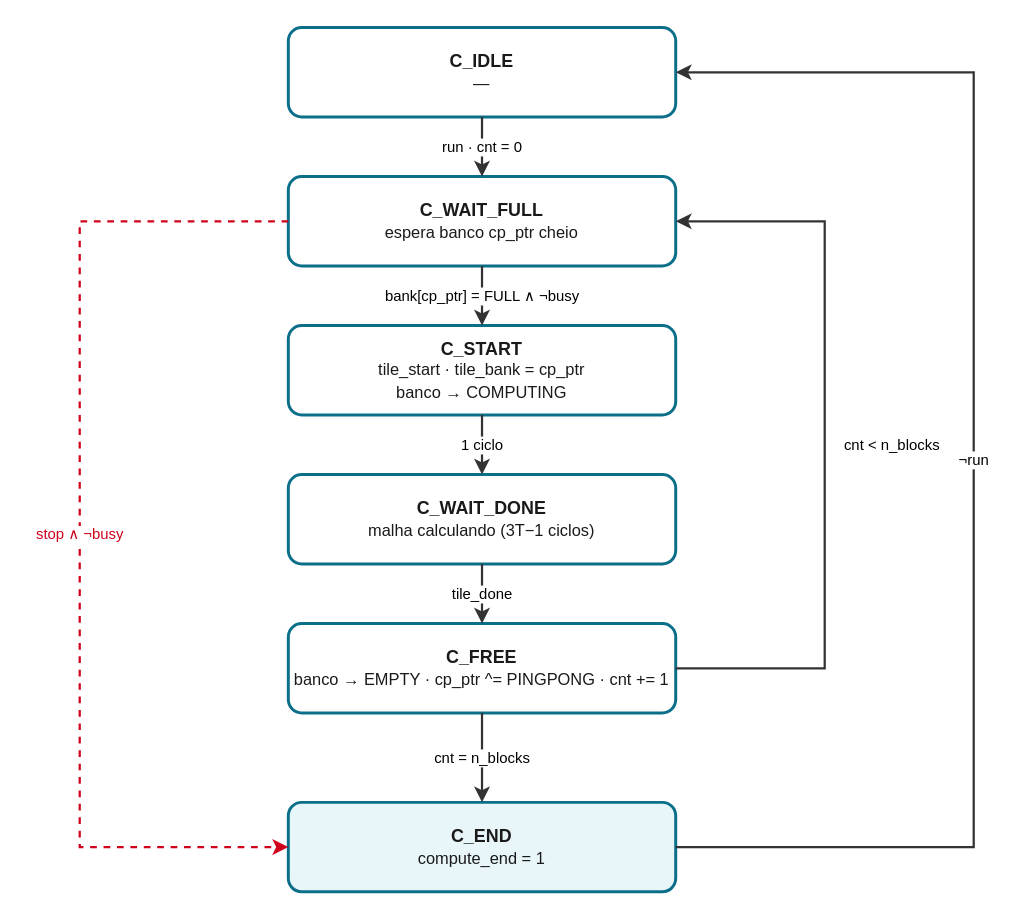
This is docs/img/dma_compute_fsm.drawio from jairsdev/rv32-dma, a draw.io file, before an edit. Source tidied: cells renumbered, new cells numbered last; positions are measured from the earlier drawing's top-left corner, leaving out a move shared by most shapes. Both pictures are drawn from the tidied source at 149%, with x=0, y=0 at pixel (79, 27).
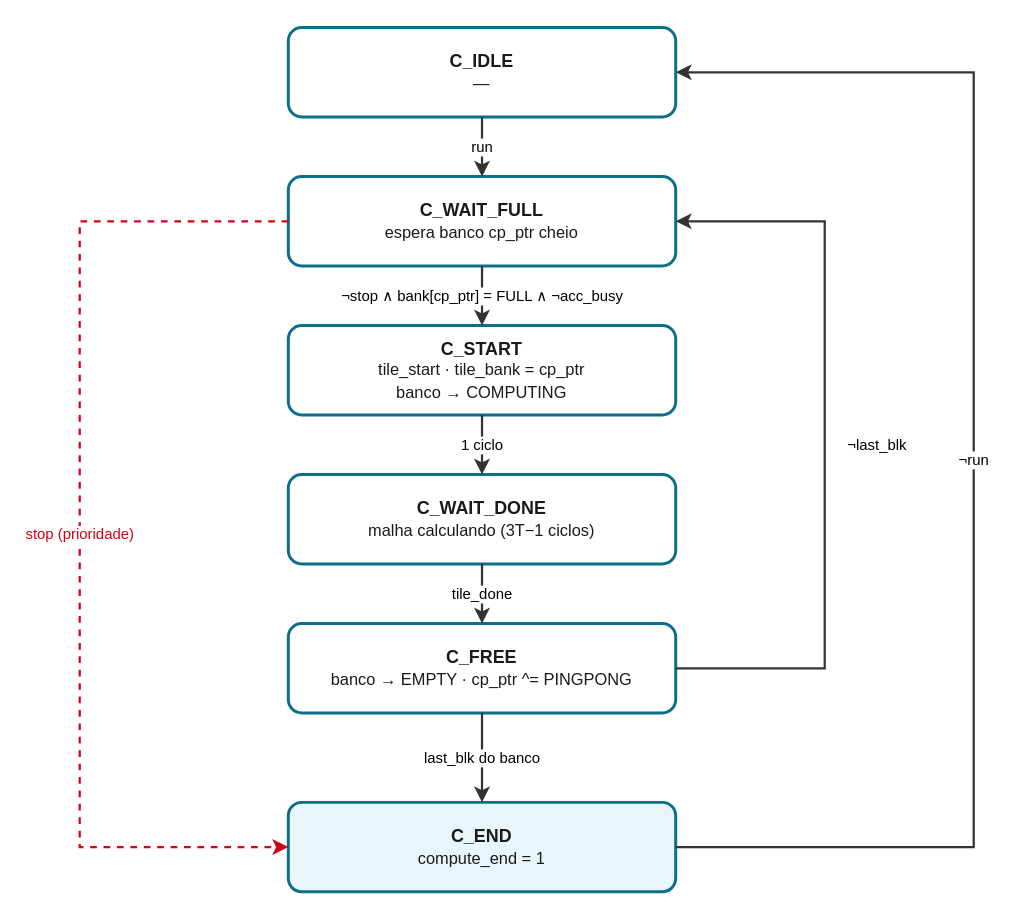
After the change.

The change refers to these unchanged cells:
```xml
<mxCell id="2" value="C_IDLE&lt;br&gt;&lt;span style='font-weight:normal;font-size:11px'&gt;—&lt;/span&gt;" style="whiteSpace=wrap;html=1;fontSize=12;fontStyle=1;rounded=1;fillColor=#FFFFFF;strokeColor=#0B6F8A;strokeWidth=2;fontColor=#1A1A1A;" parent="1" vertex="1">
  <mxGeometry x="140" width="260" height="60" as="geometry" />
</mxCell>
<mxCell id="3" value="C_WAIT_FULL&lt;br&gt;&lt;span style='font-weight:normal;font-size:11px'&gt;espera banco cp_ptr cheio&lt;/span&gt;" style="whiteSpace=wrap;html=1;fontSize=12;fontStyle=1;rounded=1;fillColor=#FFFFFF;strokeColor=#0B6F8A;strokeWidth=2;fontColor=#1A1A1A;" parent="1" vertex="1">
  <mxGeometry x="140" y="100" width="260" height="60" as="geometry" />
</mxCell>
<mxCell id="4" value="C_START&lt;br&gt;&lt;span style='font-weight:normal;font-size:11px'&gt;tile_start · tile_bank = cp_ptr&lt;br&gt;banco → COMPUTING&lt;/span&gt;" style="whiteSpace=wrap;html=1;fontSize=12;fontStyle=1;rounded=1;fillColor=#FFFFFF;strokeColor=#0B6F8A;strokeWidth=2;fontColor=#1A1A1A;" parent="1" vertex="1">
  <mxGeometry x="140" y="200" width="260" height="60" as="geometry" />
</mxCell>
<mxCell id="7" value="C_END&lt;br&gt;&lt;span style='font-weight:normal;font-size:11px'&gt;compute_end = 1&lt;/span&gt;" style="whiteSpace=wrap;html=1;fontSize=12;fontStyle=1;rounded=1;fillColor=#E8F6FA;strokeColor=#0B6F8A;strokeWidth=2;fontColor=#1A1A1A;" parent="1" vertex="1">
  <mxGeometry x="140" y="520" width="260" height="60" as="geometry" />
</mxCell>
```

Diff of the diagram source:
```diff
@@
-    <mxCell id="6" value="C_FREE&lt;br&gt;&lt;span style='font-weight:normal;font-size:11px'&gt;banco → EMPTY · cp_ptr ^= PINGPONG · cnt += 1&lt;/span&gt;" style="whiteSpace=wrap;html=1;fontSize=12;fontStyle=1;rounded=1;fillColor=#FFFFFF;strokeColor=#0B6F8A;strokeWidth=2;fontColor=#1A1A1A;" parent="1" vertex="1">
+    <mxCell id="6" value="C_FREE&lt;br&gt;&lt;span style='font-weight:normal;font-size:11px'&gt;banco → EMPTY · cp_ptr ^= PINGPONG&lt;/span&gt;" style="whiteSpace=wrap;html=1;fontSize=12;fontStyle=1;rounded=1;fillColor=#FFFFFF;strokeColor=#0B6F8A;strokeWidth=2;fontColor=#1A1A1A;" parent="1" vertex="1">
       <mxGeometry x="140" y="400" width="260" height="60" as="geometry" />
     </mxCell>
@@
-    <mxCell id="8" value="run · cnt = 0" style="edgeStyle=orthogonalEdgeStyle;rounded=0;html=1;fontSize=10;labelBackgroundColor=#FFFFFF;startArrow=classic;startFill=1;endArrow=classic;endFill=1;strokeWidth=2;strokeColor=#333333;strokeWidth=1.5;startArrow=none;strokeColor=#333333;exitX=0.5000;exitY=1.0000;exitDx=0;exitDy=0;entryX=0.5000;entryY=0.0000;entryDx=0;entryDy=0;" parent="1" edge="1" source="2" target="3">
+    <mxCell id="8" value="run" style="edgeStyle=orthogonalEdgeStyle;rounded=0;html=1;fontSize=10;labelBackgroundColor=#FFFFFF;startArrow=classic;startFill=1;endArrow=classic;endFill=1;strokeWidth=2;strokeColor=#333333;strokeWidth=1.5;startArrow=none;strokeColor=#333333;exitX=0.5000;exitY=1.0000;exitDx=0;exitDy=0;entryX=0.5000;entryY=0.0000;entryDx=0;entryDy=0;" parent="1" edge="1" source="2" target="3">
       <mxGeometry relative="1" as="geometry" />
     </mxCell>
-    <mxCell id="9" value="bank[cp_ptr] = FULL ∧ ¬busy" style="edgeStyle=orthogonalEdgeStyle;rounded=0;html=1;fontSize=10;labelBackgroundColor=#FFFFFF;startArrow=classic;startFill=1;endArrow=classic;endFill=1;strokeWidth=2;strokeColor=#333333;strokeWidth=1.5;startArrow=none;strokeColor=#333333;exitX=0.5000;exitY=1.0000;exitDx=0;exitDy=0;entryX=0.5000;entryY=0.0000;entryDx=0;entryDy=0;" parent="1" edge="1" source="3" target="4">
+    <mxCell id="9" value="¬stop ∧ bank[cp_ptr] = FULL ∧ ¬acc_busy" style="edgeStyle=orthogonalEdgeStyle;rounded=0;html=1;fontSize=10;labelBackgroundColor=#FFFFFF;startArrow=classic;startFill=1;endArrow=classic;endFill=1;strokeWidth=2;strokeColor=#333333;strokeWidth=1.5;startArrow=none;strokeColor=#333333;exitX=0.5000;exitY=1.0000;exitDx=0;exitDy=0;entryX=0.5000;entryY=0.0000;entryDx=0;entryDy=0;" parent="1" edge="1" source="3" target="4">
       <mxGeometry relative="1" as="geometry" />
     </mxCell>
@@
-    <mxCell id="12" value="cnt &amp;lt; n_blocks" style="edgeStyle=orthogonalEdgeStyle;rounded=0;html=1;fontSize=10;labelBackgroundColor=#FFFFFF;startArrow=classic;startFill=1;endArrow=classic;endFill=1;strokeWidth=2;strokeColor=#333333;strokeWidth=1.5;startArrow=none;strokeColor=#333333;exitX=1.0000;exitY=0.5000;exitDx=0;exitDy=0;entryX=1.0000;entryY=0.5000;entryDx=0;entryDy=0;" parent="1" edge="1" source="6" target="3">
+    <mxCell id="12" value="¬last_blk" style="edgeStyle=orthogonalEdgeStyle;rounded=0;html=1;fontSize=10;labelBackgroundColor=#FFFFFF;startArrow=classic;startFill=1;endArrow=classic;endFill=1;strokeWidth=2;strokeColor=#333333;strokeWidth=1.5;startArrow=none;strokeColor=#333333;exitX=1.0000;exitY=0.5000;exitDx=0;exitDy=0;entryX=1.0000;entryY=0.5000;entryDx=0;entryDy=0;" parent="1" edge="1" source="6" target="3">
       <mxGeometry relative="1" as="geometry">
         <Array as="points">
           <mxPoint x="500" y="430" />
           <mxPoint x="500" y="130" />
         </Array>
-        <mxPoint x="45" as="offset" />
+        <mxPoint x="35" as="offset" />
       </mxGeometry>
     </mxCell>
-    <mxCell id="13" value="cnt = n_blocks" style="edgeStyle=orthogonalEdgeStyle;rounded=0;html=1;fontSize=10;labelBackgroundColor=#FFFFFF;startArrow=classic;startFill=1;endArrow=classic;endFill=1;strokeWidth=2;strokeColor=#333333;strokeWidth=1.5;startArrow=none;strokeColor=#333333;exitX=0.5000;exitY=1.0000;exitDx=0;exitDy=0;entryX=0.5000;entryY=0.0000;entryDx=0;entryDy=0;" parent="1" edge="1" source="6" target="7">
+    <mxCell id="13" value="last_blk do banco" style="edgeStyle=orthogonalEdgeStyle;rounded=0;html=1;fontSize=10;labelBackgroundColor=#FFFFFF;startArrow=classic;startFill=1;endArrow=classic;endFill=1;strokeWidth=2;strokeColor=#333333;strokeWidth=1.5;startArrow=none;strokeColor=#333333;exitX=0.5000;exitY=1.0000;exitDx=0;exitDy=0;entryX=0.5000;entryY=0.0000;entryDx=0;entryDy=0;" parent="1" edge="1" source="6" target="7">
       <mxGeometry relative="1" as="geometry" />
     </mxCell>
-    <mxCell id="14" value="stop ∧ ¬busy" style="edgeStyle=orthogonalEdgeStyle;rounded=0;html=1;fontSize=10;labelBackgroundColor=#FFFFFF;startArrow=classic;startFill=1;endArrow=classic;endFill=1;strokeWidth=2;strokeColor=#333333;strokeWidth=1.5;startArrow=none;strokeColor=#333333;dashed=1;strokeColor=#D0021B;fontColor=#D0021B;exitX=0.0000;exitY=0.5000;exitDx=0;exitDy=0;entryX=0.0000;entryY=0.5000;entryDx=0;entryDy=0;" parent="1" edge="1" source="3" target="7">
+    <mxCell id="14" value="stop (prioridade)" style="edgeStyle=orthogonalEdgeStyle;rounded=0;html=1;fontSize=10;labelBackgroundColor=#FFFFFF;startArrow=classic;startFill=1;endArrow=classic;endFill=1;strokeWidth=2;strokeColor=#333333;strokeWidth=1.5;startArrow=none;strokeColor=#333333;dashed=1;strokeColor=#D0021B;fontColor=#D0021B;exitX=0.0000;exitY=0.5000;exitDx=0;exitDy=0;entryX=0.0000;entryY=0.5000;entryDx=0;entryDy=0;" parent="1" edge="1" source="3" target="7">
       <mxGeometry relative="1" as="geometry">
         <Array as="points">
           <mxPoint y="130" />
           <mxPoint y="550" />
         </Array>
       </mxGeometry>
     </mxCell>
```
